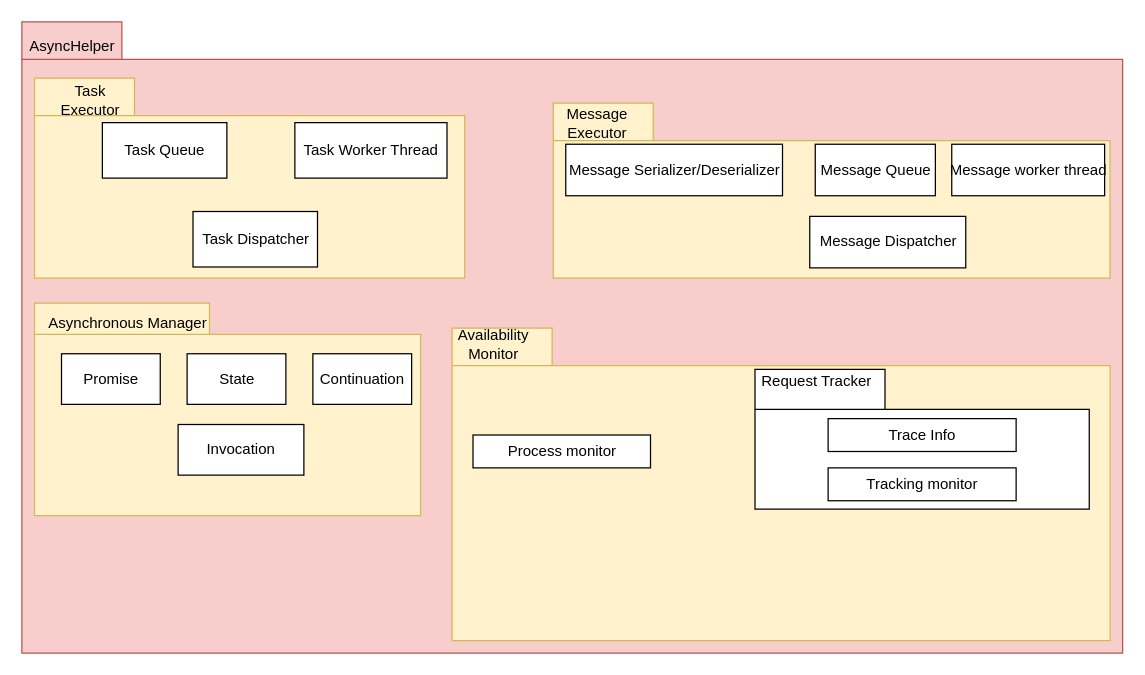
Above: page "asynhelper" (1 of 8) of doc/SA cert/Design/scalability.drawio in taikt/codefun (draw.io), before the change. Source tidied: cells renumbered, new cells numbered last; positions are measured from the earlier drawing's top-left corner, leaving out a move shared by most shapes. Both pictures are drawn from the tidied source at 125%, with x=0, y=0 at pixel (21, 21).
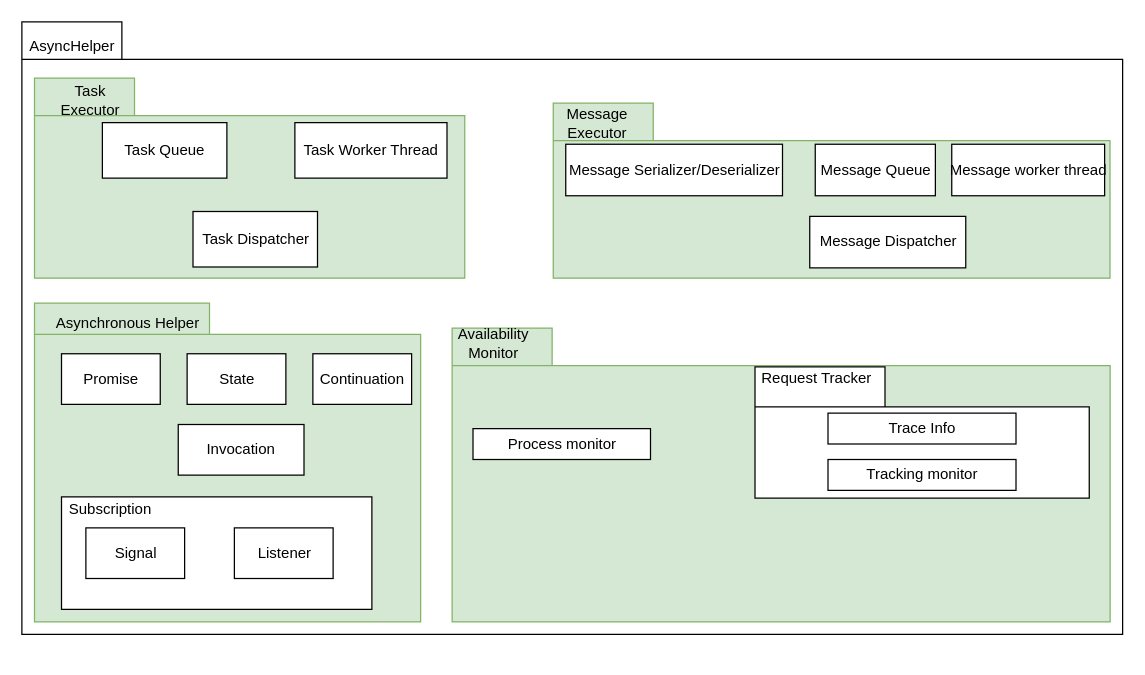
The same page after the edit.

The edit, as a diff of the source:
```diff
@@
-    <mxCell id="2" style="group;" parent="1" vertex="1">
-      <mxGeometry width="880.6" height="505" as="geometry" />
-    </mxCell>
-    <mxCell id="3" style="shape=folder;fontStyle=1;tabWidth=80;tabHeight=30;tabPosition=left;html=1;boundedLbl=1;fillColor=#f8cecc;strokeColor=#b85450;" parent="2" vertex="1">
-      <mxGeometry width="880.6" height="505" as="geometry" />
+    <mxCell id="3" style="shape=folder;fontStyle=1;tabWidth=80;tabHeight=30;tabPosition=left;html=1;boundedLbl=1;" parent="1" vertex="1">
+      <mxGeometry width="880.6" height="490" as="geometry" />
     </mxCell>
-    <mxCell id="4" value="AsyncHelper" style="text;html=1;strokeColor=none;fillColor=none;align=center;verticalAlign=middle;whiteSpace=wrap;rounded=0;" parent="2" vertex="1">
+    <mxCell id="4" value="AsyncHelper" style="text;html=1;strokeColor=none;fillColor=none;align=center;verticalAlign=middle;whiteSpace=wrap;rounded=0;" parent="1" vertex="1">
       <mxGeometry x="20.2" y="10" width="40.5" height="20" as="geometry" />
     </mxCell>
-    <mxCell id="5" style="group;" parent="2" vertex="1">
+    <mxCell id="5" style="group;" parent="1" vertex="1">
       <mxGeometry x="10.1" y="45" width="344.2" height="160" as="geometry" />
     </mxCell>
-    <mxCell id="6" style="shape=folder;fontStyle=1;tabWidth=80;tabHeight=30;tabPosition=left;html=1;boundedLbl=1;fillColor=#fff2cc;strokeColor=#d6b656;" parent="5" vertex="1">
+    <mxCell id="6" style="shape=folder;fontStyle=1;tabWidth=80;tabHeight=30;tabPosition=left;html=1;boundedLbl=1;fillColor=#d5e8d4;strokeColor=#82b366;" parent="5" vertex="1">
       <mxGeometry width="344.2" height="160" as="geometry" />
     </mxCell>
@@
-    <mxCell id="11" style="group;" parent="2" vertex="1">
-      <mxGeometry x="10.1" y="225" width="445.4" height="170" as="geometry" />
-    </mxCell>
-    <mxCell id="12" style="shape=folder;fontStyle=1;tabWidth=140;tabHeight=25;tabPosition=left;html=1;boundedLbl=1;fillColor=#fff2cc;strokeColor=#d6b656;" parent="11" vertex="1">
-      <mxGeometry width="308.9" height="170" as="geometry" />
-    </mxCell>
-    <mxCell id="13" value="Asynchronous Manager" style="text;html=1;strokeColor=none;fillColor=none;align=center;verticalAlign=middle;whiteSpace=wrap;rounded=0;" parent="11" vertex="1">
-      <mxGeometry y="8.1" width="150" height="16.2" as="geometry" />
-    </mxCell>
-    <mxCell id="14" value="State" style="html=1;" parent="11" vertex="1">
-      <mxGeometry x="122.1" y="40.5" width="79" height="40.5" as="geometry" />
-    </mxCell>
-    <mxCell id="15" value="Continuation" style="html=1;" parent="11" vertex="1">
-      <mxGeometry x="222.7" y="40.5" width="79" height="40.5" as="geometry" />
-    </mxCell>
-    <mxCell id="16" value="Promise" style="html=1;" parent="11" vertex="1">
-      <mxGeometry x="21.6" y="40.5" width="79" height="40.5" as="geometry" />
-    </mxCell>
-    <mxCell id="17" value="Invocation" style="html=1;" parent="11" vertex="1">
-      <mxGeometry x="114.9" y="97.1" width="100.6" height="40.5" as="geometry" />
-    </mxCell>
-    <mxCell id="18" style="group;" parent="2" vertex="1">
+    <mxCell id="18" style="group;" parent="1" vertex="1">
       <mxGeometry x="425.1" y="65" width="445.4" height="140" as="geometry" />
     </mxCell>
-    <mxCell id="19" style="shape=folder;fontStyle=1;tabWidth=80;tabHeight=30;tabPosition=left;html=1;boundedLbl=1;fillColor=#fff2cc;strokeColor=#d6b656;" parent="18" vertex="1">
+    <mxCell id="19" style="shape=folder;fontStyle=1;tabWidth=80;tabHeight=30;tabPosition=left;html=1;boundedLbl=1;fillColor=#d5e8d4;strokeColor=#82b366;" parent="18" vertex="1">
       <mxGeometry width="445.4" height="140" as="geometry" />
     </mxCell>
@@
-    <mxCell id="25" style="group;" parent="2" vertex="1">
-      <mxGeometry x="344.2" y="245" width="526.4" height="250" as="geometry" />
-    </mxCell>
+    <mxCell id="12" style="shape=folder;fontStyle=1;tabWidth=140;tabHeight=25;tabPosition=left;html=1;boundedLbl=1;fillColor=#d5e8d4;strokeColor=#82b366;" parent="1" vertex="1">
+      <mxGeometry x="10.1" y="225" width="308.9" height="255" as="geometry" />
+    </mxCell>
+    <mxCell id="13" value="Asynchronous Helper" style="text;html=1;strokeColor=none;fillColor=none;align=center;verticalAlign=middle;whiteSpace=wrap;rounded=0;" parent="1" vertex="1">
+      <mxGeometry x="10.1" y="233.1" width="150" height="16.2" as="geometry" />
+    </mxCell>
+    <mxCell id="14" value="State" style="html=1;" parent="1" vertex="1">
+      <mxGeometry x="132.2" y="265.5" width="79" height="40.5" as="geometry" />
+    </mxCell>
+    <mxCell id="15" value="Continuation" style="html=1;" parent="1" vertex="1">
+      <mxGeometry x="232.8" y="265.5" width="79" height="40.5" as="geometry" />
+    </mxCell>
+    <mxCell id="16" value="Promise" style="html=1;" parent="1" vertex="1">
+      <mxGeometry x="31.7" y="265.5" width="79" height="40.5" as="geometry" />
+    </mxCell>
+    <mxCell id="17" value="Invocation" style="html=1;" parent="1" vertex="1">
+      <mxGeometry x="125.1" y="322.1" width="100.6" height="40.5" as="geometry" />
+    </mxCell>
+    <mxCell id="33" style="html=1;" parent="1" vertex="1">
+      <mxGeometry x="31.7" y="380" width="248.3" height="90" as="geometry" />
+    </mxCell>
+    <mxCell id="34" value="Subscription" style="text;html=1;strokeColor=none;fillColor=none;align=center;verticalAlign=middle;whiteSpace=wrap;rounded=0;" parent="1" vertex="1">
+      <mxGeometry x="51.2" y="380" width="40" height="20" as="geometry" />
+    </mxCell>
+    <mxCell id="35" value="Signal" style="html=1;" parent="1" vertex="1">
+      <mxGeometry x="51.2" y="404.8" width="79" height="40.5" as="geometry" />
+    </mxCell>
+    <mxCell id="36" value="Listener" style="html=1;" parent="1" vertex="1">
+      <mxGeometry x="170" y="404.8" width="79" height="40.5" as="geometry" />
+    </mxCell>
-    <mxCell id="26" style="shape=folder;fontStyle=1;tabWidth=80;tabHeight=30;tabPosition=left;html=1;boundedLbl=1;fillColor=#fff2cc;strokeColor=#d6b656;" parent="25" vertex="1">
-      <mxGeometry width="526.4" height="250" as="geometry" />
+    <mxCell id="26" style="shape=folder;fontStyle=1;tabWidth=80;tabHeight=30;tabPosition=left;html=1;boundedLbl=1;fillColor=#d5e8d4;strokeColor=#82b366;" parent="1" vertex="1">
+      <mxGeometry x="344.2" y="245" width="526.4" height="235" as="geometry" />
     </mxCell>
-    <mxCell id="27" value="Availability Monitor" style="text;html=1;strokeColor=none;fillColor=none;align=center;verticalAlign=middle;whiteSpace=wrap;rounded=0;" parent="25" vertex="1">
-      <mxGeometry x="16.7" y="6.6" width="33.4" height="13.2" as="geometry" />
+    <mxCell id="27" value="Availability Monitor" style="text;html=1;strokeColor=none;fillColor=none;align=center;verticalAlign=middle;whiteSpace=wrap;rounded=0;" parent="1" vertex="1">
+      <mxGeometry x="360.9" y="251.2" width="33.4" height="12.4" as="geometry" />
     </mxCell>
-    <mxCell id="28" value="Process monitor" style="html=1;" parent="25" vertex="1">
-      <mxGeometry x="16.7" y="85.5" width="142" height="26.3" as="geometry" />
+    <mxCell id="28" value="Process monitor" style="html=1;" parent="1" vertex="1">
+      <mxGeometry x="360.9" y="325.4" width="142" height="24.7" as="geometry" />
     </mxCell>
-    <mxCell id="29" style="shape=folder;fontStyle=1;tabWidth=104;tabHeight=32;tabPosition=left;html=1;boundedLbl=1;" parent="25" vertex="1">
-      <mxGeometry x="242.3" y="32.9" width="267.4" height="111.8" as="geometry" />
+    <mxCell id="29" style="shape=folder;fontStyle=1;tabWidth=104;tabHeight=32;tabPosition=left;html=1;boundedLbl=1;" parent="1" vertex="1">
+      <mxGeometry x="586.5" y="275.9" width="267.4" height="105.1" as="geometry" />
     </mxCell>
-    <mxCell id="30" value="Request Tracker" style="text;html=1;strokeColor=none;fillColor=none;align=center;verticalAlign=middle;whiteSpace=wrap;rounded=0;" parent="25" vertex="1">
-      <mxGeometry x="242.3" y="32.9" width="97.7" height="19.7" as="geometry" />
+    <mxCell id="30" value="Request Tracker" style="text;html=1;strokeColor=none;fillColor=none;align=center;verticalAlign=middle;whiteSpace=wrap;rounded=0;" parent="1" vertex="1">
+      <mxGeometry x="586.5" y="275.9" width="97.7" height="18.6" as="geometry" />
     </mxCell>
-    <mxCell id="31" value="Tracking monitor" style="html=1;" parent="25" vertex="1">
-      <mxGeometry x="300.8" y="111.8" width="150.4" height="26.3" as="geometry" />
+    <mxCell id="31" value="Tracking monitor" style="html=1;" parent="1" vertex="1">
+      <mxGeometry x="644.9" y="350.1" width="150.4" height="24.7" as="geometry" />
     </mxCell>
-    <mxCell id="32" value="Trace Info" style="html=1;" parent="25" vertex="1">
-      <mxGeometry x="300.8" y="72.4" width="150.4" height="26.3" as="geometry" />
+    <mxCell id="32" value="Trace Info" style="html=1;" parent="1" vertex="1">
+      <mxGeometry x="644.9" y="313" width="150.4" height="24.7" as="geometry" />
     </mxCell>
```
